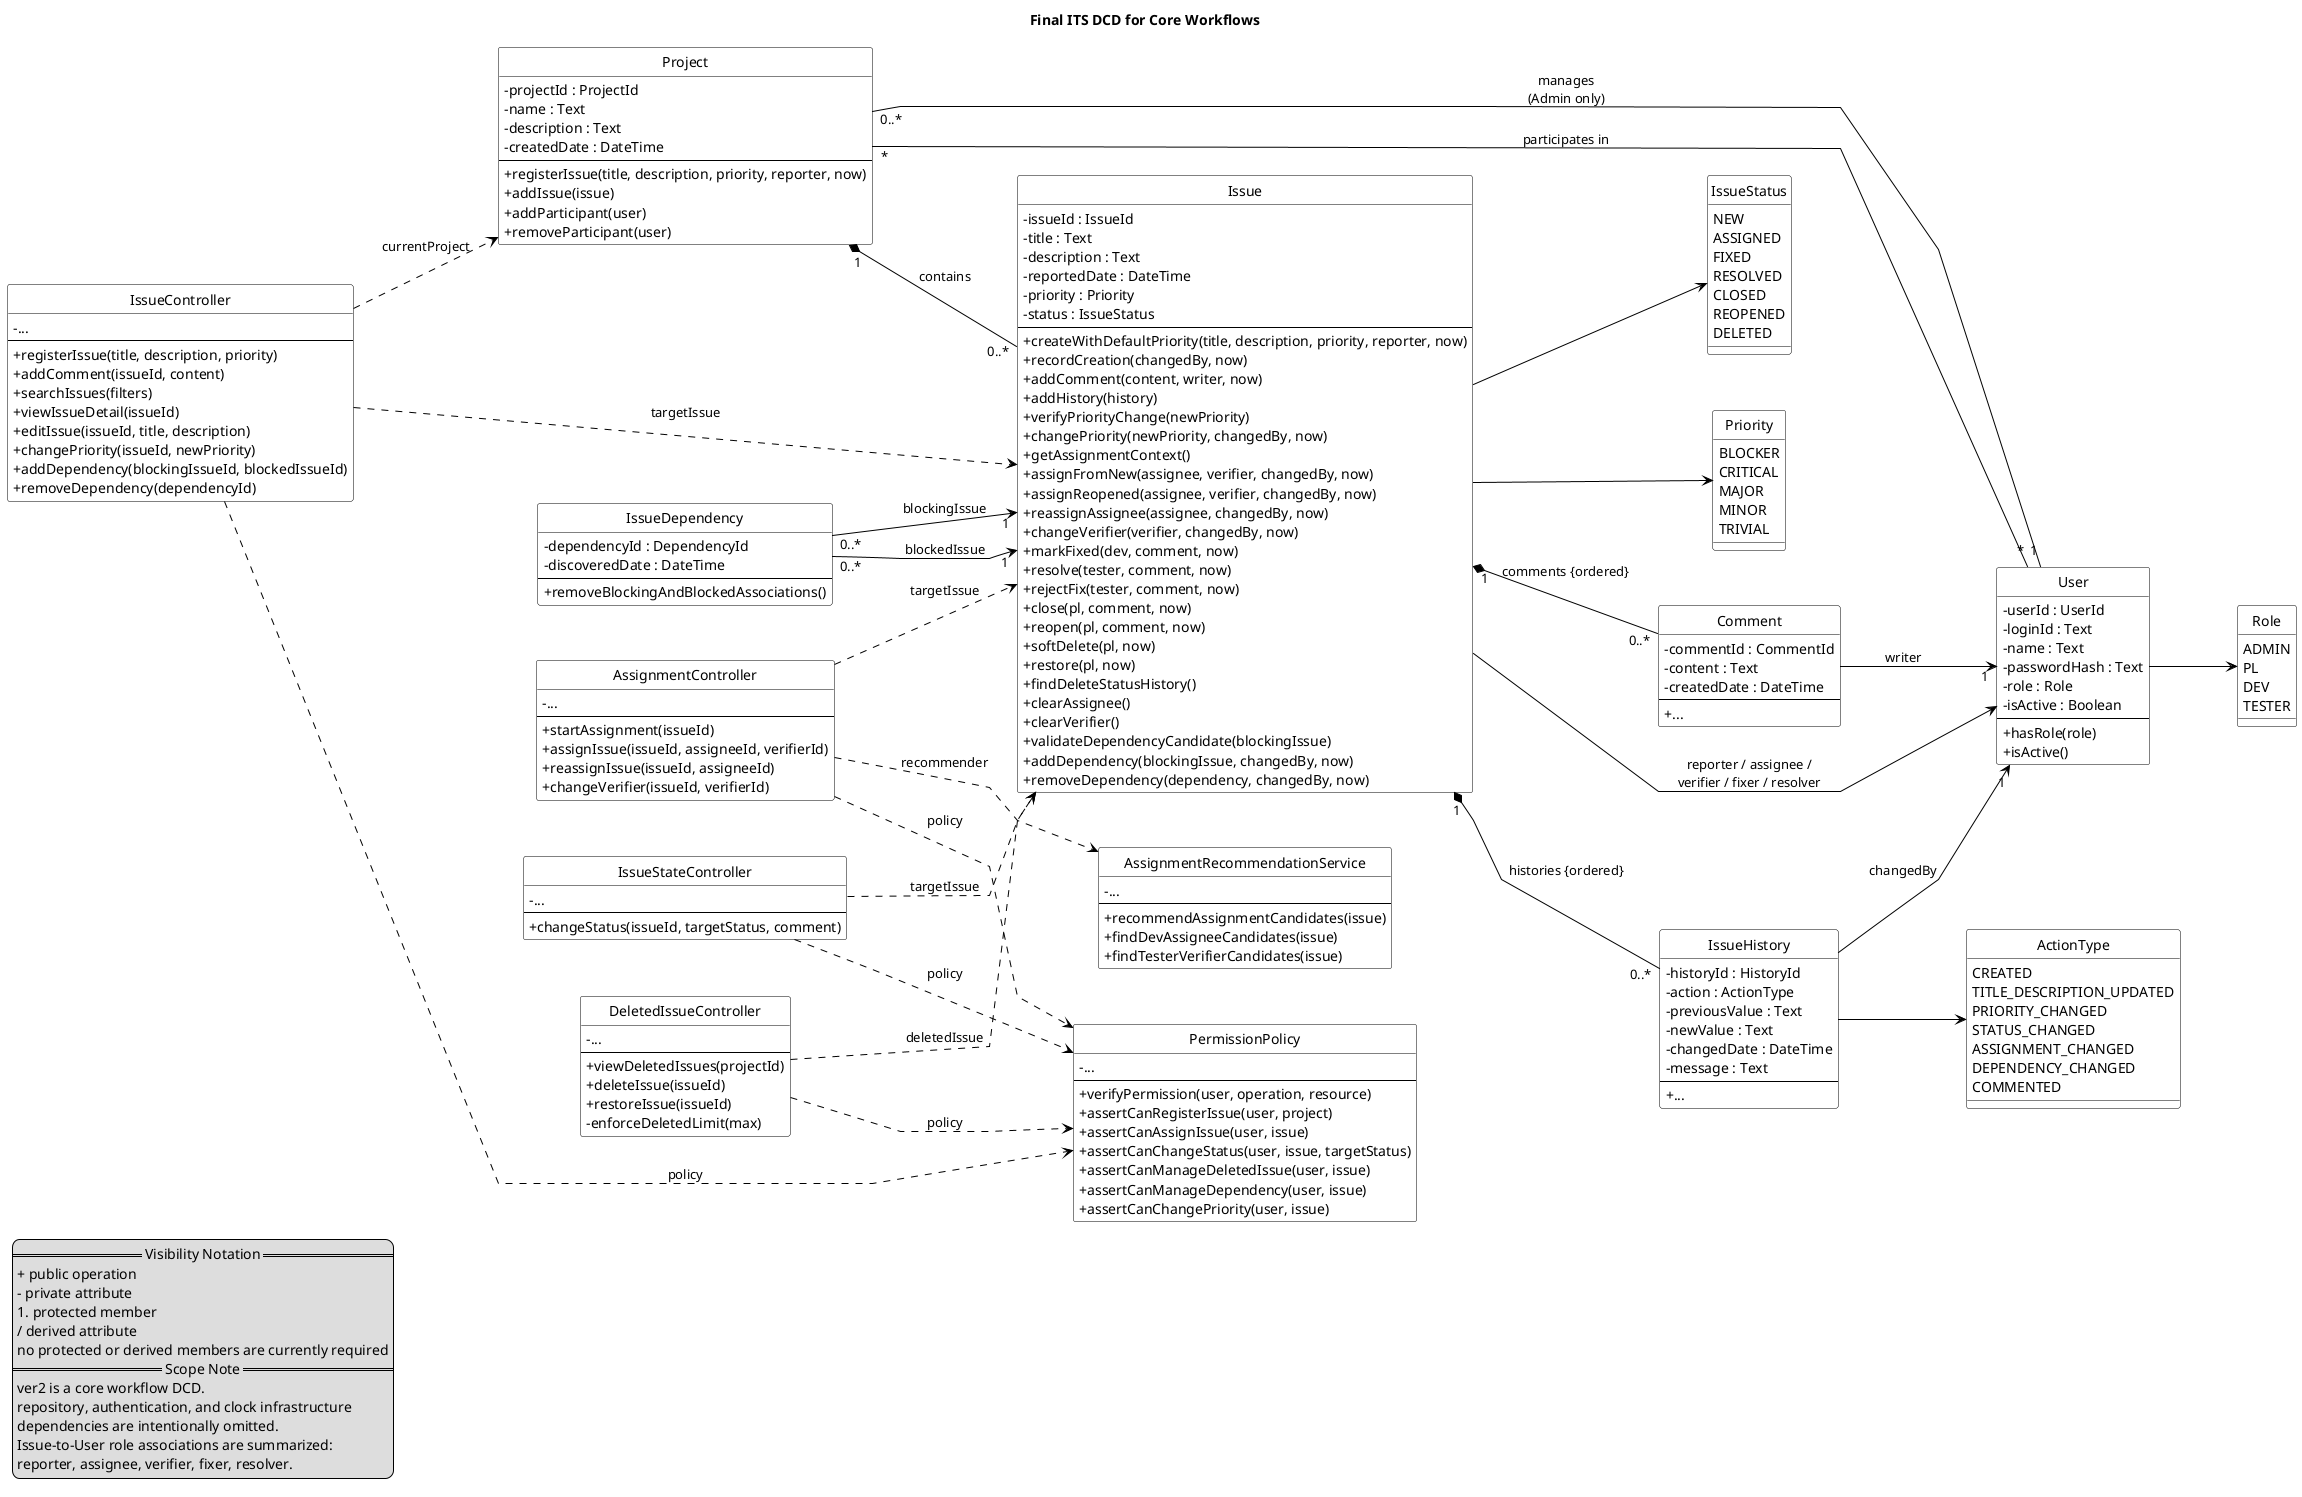
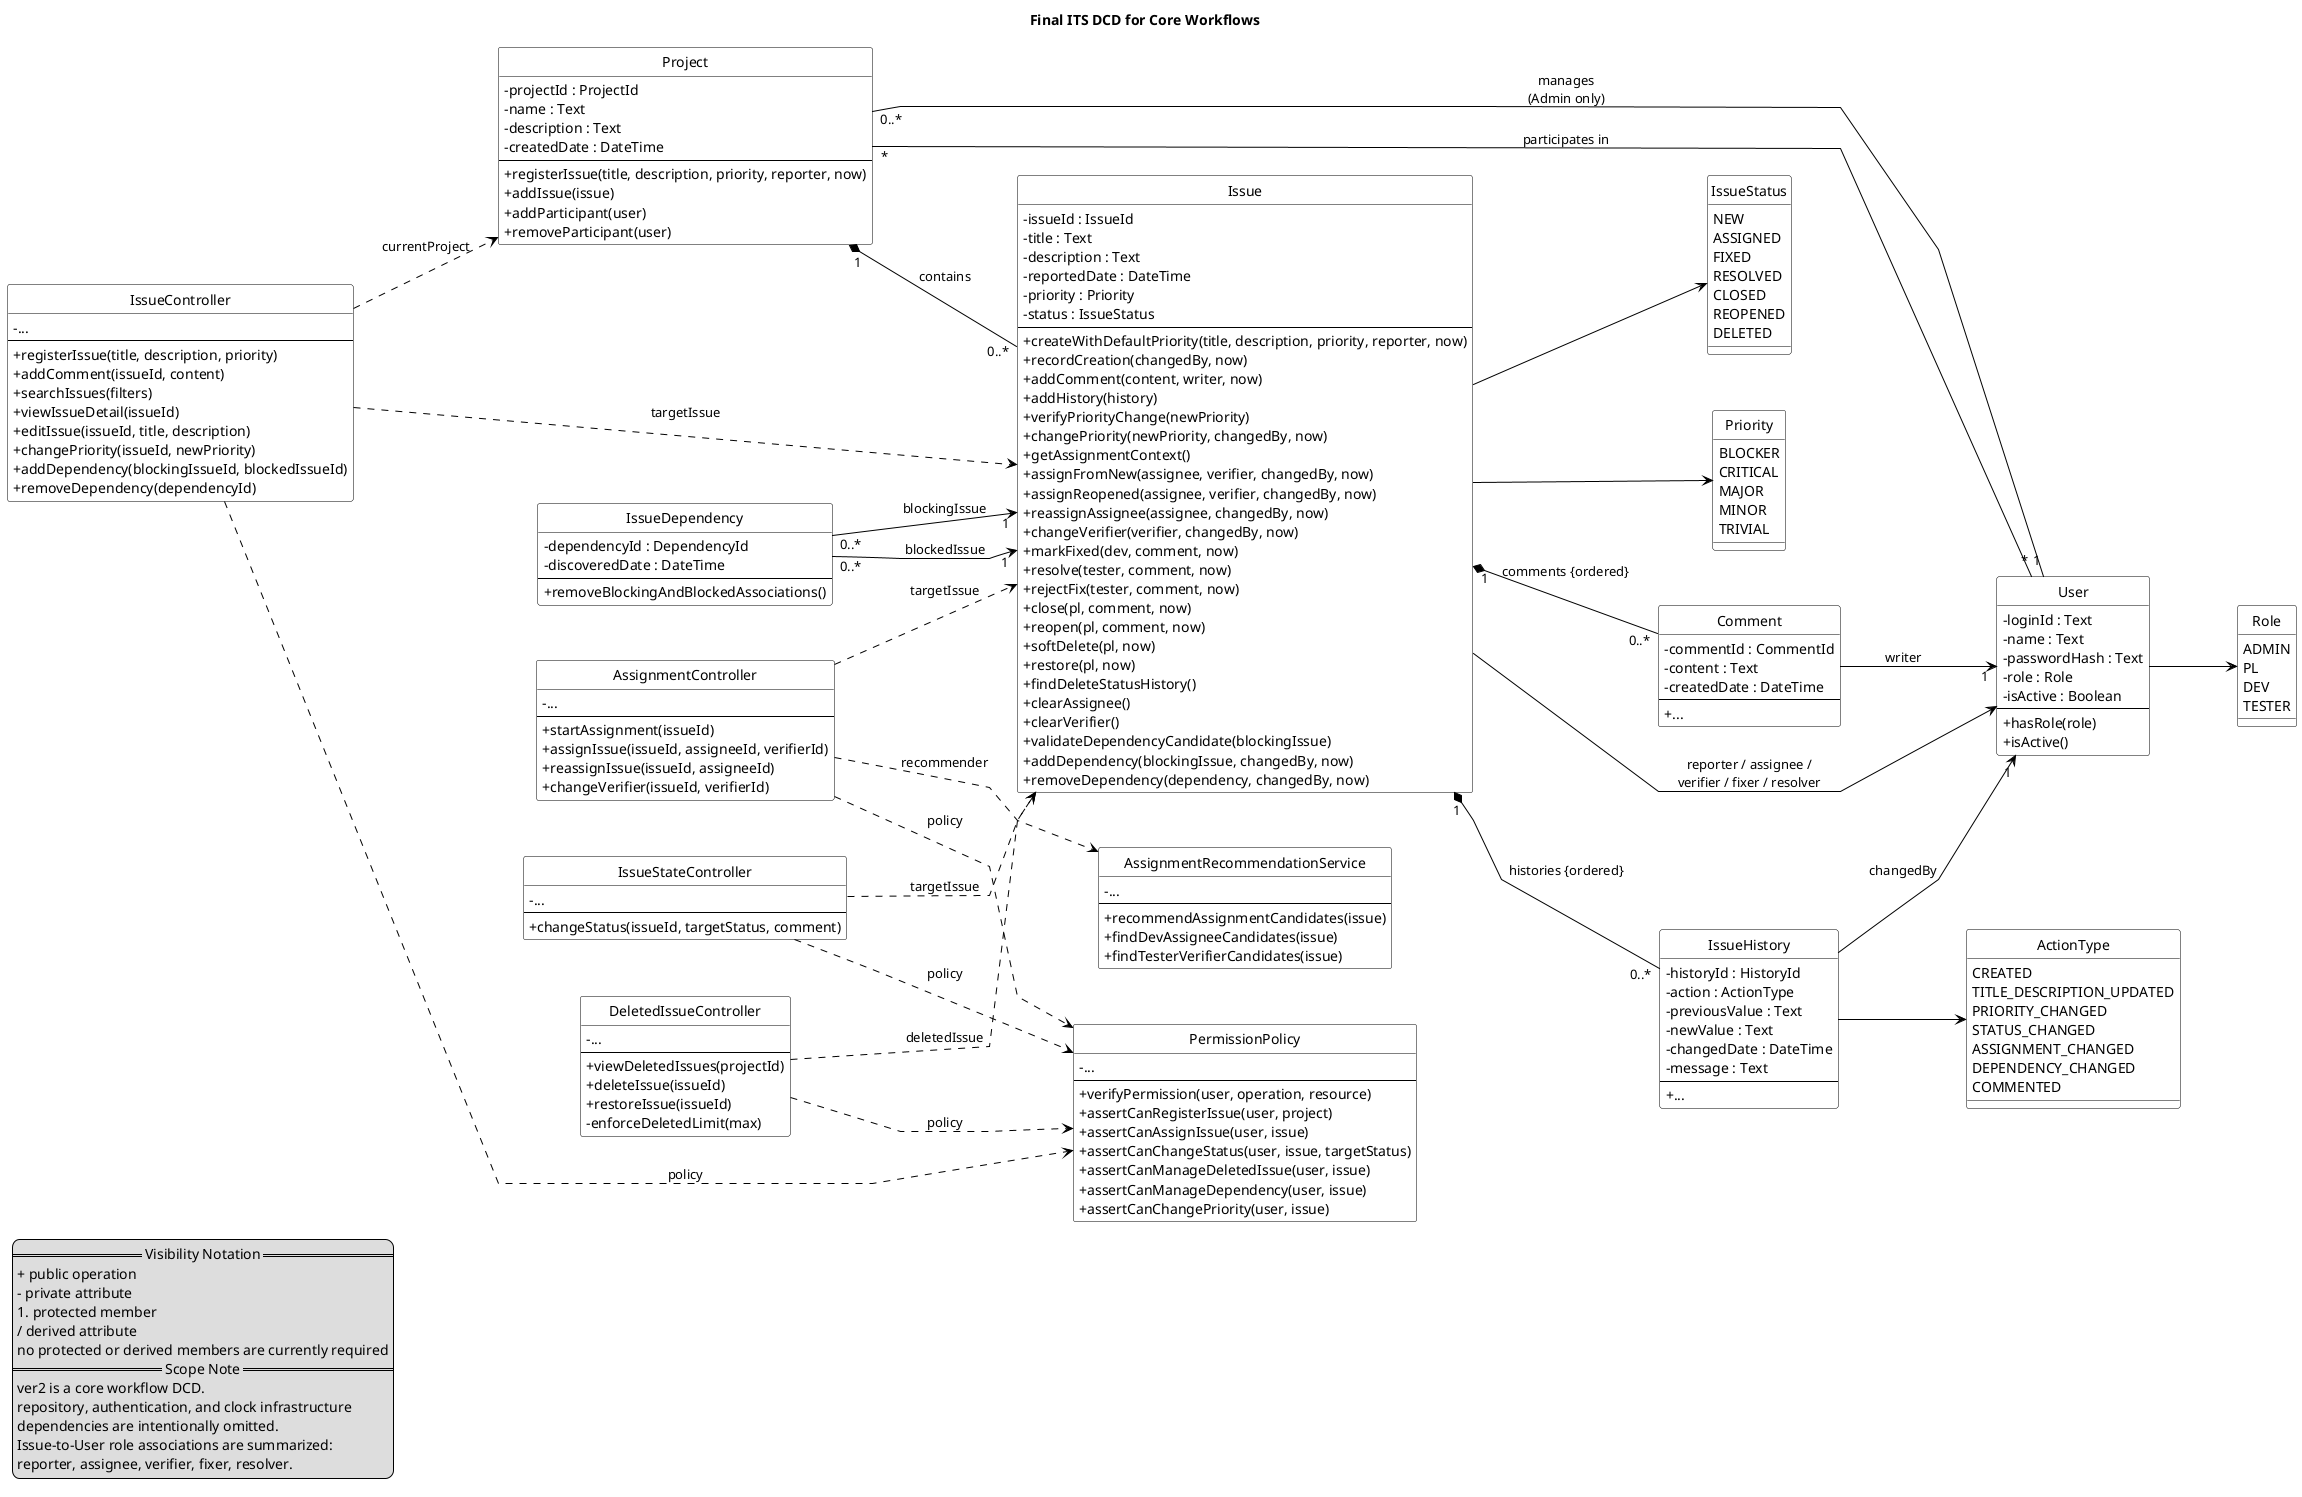
@startuml its_dcd_ver2

title Final ITS DCD for Core Workflows

left to right direction
hide circle
hide stereotype
skinparam monochrome true
skinparam shadowing false
skinparam classAttributeIconSize 0
skinparam linetype polyline
skinparam nodesep 55
skinparam ranksep 55
skinparam class {
  BackgroundColor white
  BorderColor black
  FontColor black
  ArrowColor black
}

legend left
  == Visibility Notation ==
  + public operation
  - private attribute
  # protected member
  / derived attribute
  no protected or derived members are currently required
  == Scope Note ==
  ver2 is a core workflow DCD.
  repository, authentication, and clock infrastructure
  dependencies are intentionally omitted.
  Issue-to-User role associations are summarized:
  reporter, assignee, verifier, fixer, resolver.
endlegend

class Project {
  - projectId : ProjectId
  - name : Text
  - description : Text
  - createdDate : DateTime
  --
  + registerIssue(title, description, priority, reporter, now)
  + addIssue(issue)
  + addParticipant(user)
  + removeParticipant(user)
}

class IssueController {
  - ...
  --
  + registerIssue(title, description, priority)
  + addComment(issueId, content)
  + searchIssues(filters)
  + viewIssueDetail(issueId)
  + editIssue(issueId, title, description)
  + changePriority(issueId, newPriority)
  + addDependency(blockingIssueId, blockedIssueId)
  + removeDependency(dependencyId)
}

class AssignmentController {
  - ...
  --
  + startAssignment(issueId)
  + assignIssue(issueId, assigneeId, verifierId)
  + reassignIssue(issueId, assigneeId)
  + changeVerifier(issueId, verifierId)
}

class IssueStateController {
  - ...
  --
  + changeStatus(issueId, targetStatus, comment)
}

class DeletedIssueController {
  - ...
  --
  + viewDeletedIssues(projectId)
  + deleteIssue(issueId)
  + restoreIssue(issueId)
  - enforceDeletedLimit(max)
}

class PermissionPolicy {
  - ...
  --
  + verifyPermission(user, operation, resource)
  + assertCanRegisterIssue(user, project)
  + assertCanAssignIssue(user, issue)
  + assertCanChangeStatus(user, issue, targetStatus)
  + assertCanManageDeletedIssue(user, issue)
  + assertCanManageDependency(user, issue)
  + assertCanChangePriority(user, issue)
}

class AssignmentRecommendationService {
  - ...
  --
  + recommendAssignmentCandidates(issue)
  + findDevAssigneeCandidates(issue)
  + findTesterVerifierCandidates(issue)
}

class Issue {
  - issueId : IssueId
  - title : Text
  - description : Text
  - reportedDate : DateTime
  - priority : Priority
  - status : IssueStatus
  --
  + createWithDefaultPriority(title, description, priority, reporter, now)
  + recordCreation(changedBy, now)
  + addComment(content, writer, now)
  + addHistory(history)
  + verifyPriorityChange(newPriority)
  + changePriority(newPriority, changedBy, now)
  + getAssignmentContext()
  + assignFromNew(assignee, verifier, changedBy, now)
  + assignReopened(assignee, verifier, changedBy, now)
  + reassignAssignee(assignee, changedBy, now)
  + changeVerifier(verifier, changedBy, now)
  + markFixed(dev, comment, now)
  + resolve(tester, comment, now)
  + rejectFix(tester, comment, now)
  + close(pl, comment, now)
  + reopen(pl, comment, now)
  + softDelete(pl, now)
  + restore(pl, now)
  + findDeleteStatusHistory()
  + clearAssignee()
  + clearVerifier()
  + validateDependencyCandidate(blockingIssue)
  + addDependency(blockingIssue, changedBy, now)
  + removeDependency(dependency, changedBy, now)
}

class Comment {
  - commentId : CommentId
  - content : Text
  - createdDate : DateTime
  --
  + ...
}

class IssueHistory {
  - historyId : HistoryId
  - action : ActionType
  - previousValue : Text
  - newValue : Text
  - changedDate : DateTime
  - message : Text
  --
  + ...
}

class IssueDependency {
  - dependencyId : DependencyId
  - discoveredDate : DateTime
  --
  + removeBlockingAndBlockedAssociations()
}

class User {
-   - userId : UserId
  - loginId : Text
  - name : Text
  - passwordHash : Text
  - role : Role
  - isActive : Boolean
  --
  + hasRole(role)
  + isActive()
}

enum Role {
  ADMIN
  PL
  DEV
  TESTER
}

enum IssueStatus {
  NEW
  ASSIGNED
  FIXED
  RESOLVED
  CLOSED
  REOPENED
  DELETED
}

enum Priority {
  BLOCKER
  CRITICAL
  MAJOR
  MINOR
  TRIVIAL
}

enum ActionType {
  CREATED
  TITLE_DESCRIPTION_UPDATED
  PRIORITY_CHANGED
  STATUS_CHANGED
  ASSIGNMENT_CHANGED
  DEPENDENCY_CHANGED
  COMMENTED
}

IssueController ..> Project : currentProject
IssueController ..> Issue : targetIssue
IssueController ..> PermissionPolicy : policy

AssignmentController ..> Issue : targetIssue
AssignmentController ..> PermissionPolicy : policy
AssignmentController ..> AssignmentRecommendationService : recommender

IssueStateController ..> Issue : targetIssue
IssueStateController ..> PermissionPolicy : policy

DeletedIssueController ..> Issue : deletedIssue
DeletedIssueController ..> PermissionPolicy : policy

Project "1" *-- "0..*" Issue : contains
User "*" -- "*" Project : participates in
User "1" -- "0..*" Project : manages\n(Admin only)

Issue "1" *-- "0..*" Comment : comments {ordered}
Issue "1" *-- "0..*" IssueHistory : histories {ordered}

IssueDependency "0..*" --> "1" Issue : blockingIssue
IssueDependency "0..*" --> "1" Issue : blockedIssue

Issue --> User : reporter / assignee /\nverifier / fixer / resolver

Comment --> "1" User : writer
IssueHistory --> "1" User : changedBy

Issue --> IssueStatus
Issue --> Priority
IssueHistory --> ActionType
User --> Role

@enduml